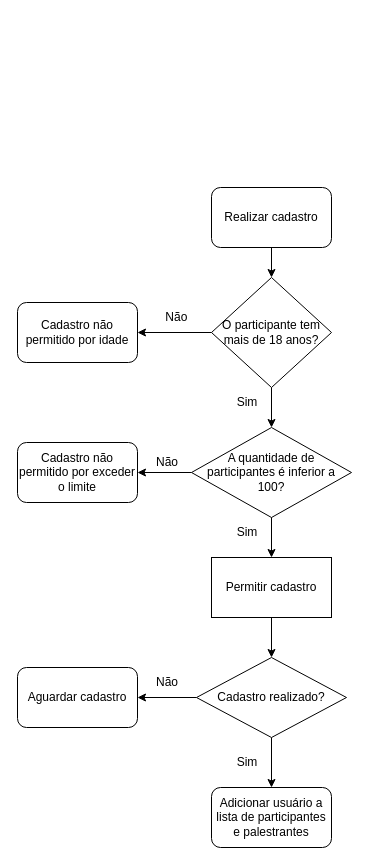
Above: Untitled Diagram.drawio in SirMonkii/Atividade-Online-1-L-gica (draw.io), before the change. Source tidied: cells renumbered, new cells numbered last; positions are measured from the earlier drawing's top-left corner, leaving out a move shared by most shapes. Both pictures are drawn from the tidied source at 100%, with x=0, y=0 at pixel (17, 187).
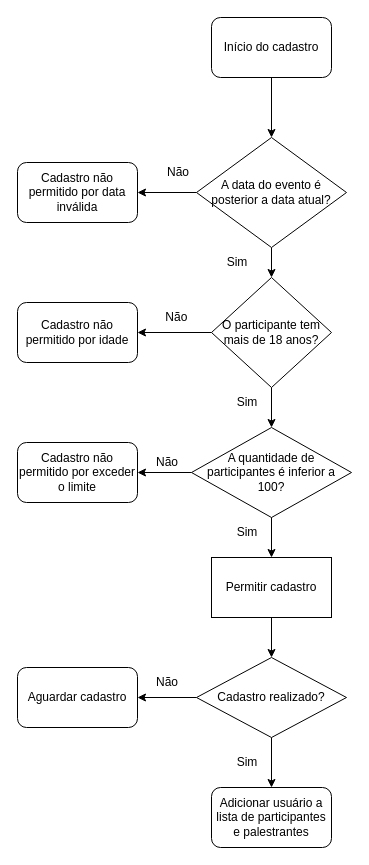
The same page after the edit.

Commit message:
Correção diagrama final atividade1.drawio

Unchanged cells that the change refers to:
```xml
<mxCell id="3" value="O participante tem mais de 18 anos?" style="rhombus;whiteSpace=wrap;html=1;" parent="1" vertex="1">
  <mxGeometry x="194" y="90" width="120" height="110" as="geometry" />
</mxCell>
```

What changed in the source:
```diff
@@
+    <mxCell id="25" style="edgeStyle=orthogonalEdgeStyle;rounded=0;jettySize=auto;html=1;" parent="1" edge="1" source="2" target="28">
+      <mxGeometry relative="1" as="geometry" />
+    </mxCell>
-    <mxCell id="2" value="Realizar cadastro" style="rounded=1;whiteSpace=wrap;html=1;" parent="1" vertex="1">
-      <mxGeometry x="194" width="120" height="60" as="geometry" />
+    <mxCell id="2" value="Início do cadastro" style="rounded=1;whiteSpace=wrap;html=1;" parent="1" vertex="1">
+      <mxGeometry x="194" y="-170" width="120" height="60" as="geometry" />
     </mxCell>
@@
-    <mxCell id="4" style="endArrow=classic;html=1;rounded=0;exitX=0.5;exitY=1;exitDx=0;exitDy=0;entryX=0.5;entryY=0;entryDx=0;entryDy=0;" parent="1" edge="1" source="2" target="3">
-      <mxGeometry relative="1" as="geometry" />
-    </mxCell>
@@
+    <mxCell id="26" style="edgeStyle=orthogonalEdgeStyle;rounded=0;jettySize=auto;html=1;" parent="1" edge="1" source="28" target="29">
+      <mxGeometry relative="1" as="geometry" />
+    </mxCell>
+    <mxCell id="27" style="edgeStyle=orthogonalEdgeStyle;rounded=0;jettySize=auto;html=1;" parent="1" edge="1" source="28" target="3">
+      <mxGeometry relative="1" as="geometry" />
+    </mxCell>
+    <mxCell id="28" value="A data do evento é posterior a data atual?" style="rhombus;whiteSpace=wrap;html=1;" parent="1" vertex="1">
+      <mxGeometry x="179" y="-50" width="150" height="110" as="geometry" />
+    </mxCell>
+    <mxCell id="29" value="Cadastro não permitido por data inválida" style="rounded=1;whiteSpace=wrap;html=1;" parent="1" vertex="1">
+      <mxGeometry y="-25" width="120" height="60" as="geometry" />
+    </mxCell>
+    <mxCell id="30" value="Não" style="text;html=1;strokeColor=none;fillColor=none;align=center;verticalAlign=middle;whiteSpace=wrap;rounded=0;" parent="1" vertex="1">
+      <mxGeometry x="131" y="-30" width="60" height="30" as="geometry" />
+    </mxCell>
+    <mxCell id="31" value="Sim" style="text;html=1;strokeColor=none;fillColor=none;align=center;verticalAlign=middle;whiteSpace=wrap;rounded=0;" parent="1" vertex="1">
+      <mxGeometry x="190" y="60" width="60" height="30" as="geometry" />
+    </mxCell>
```
